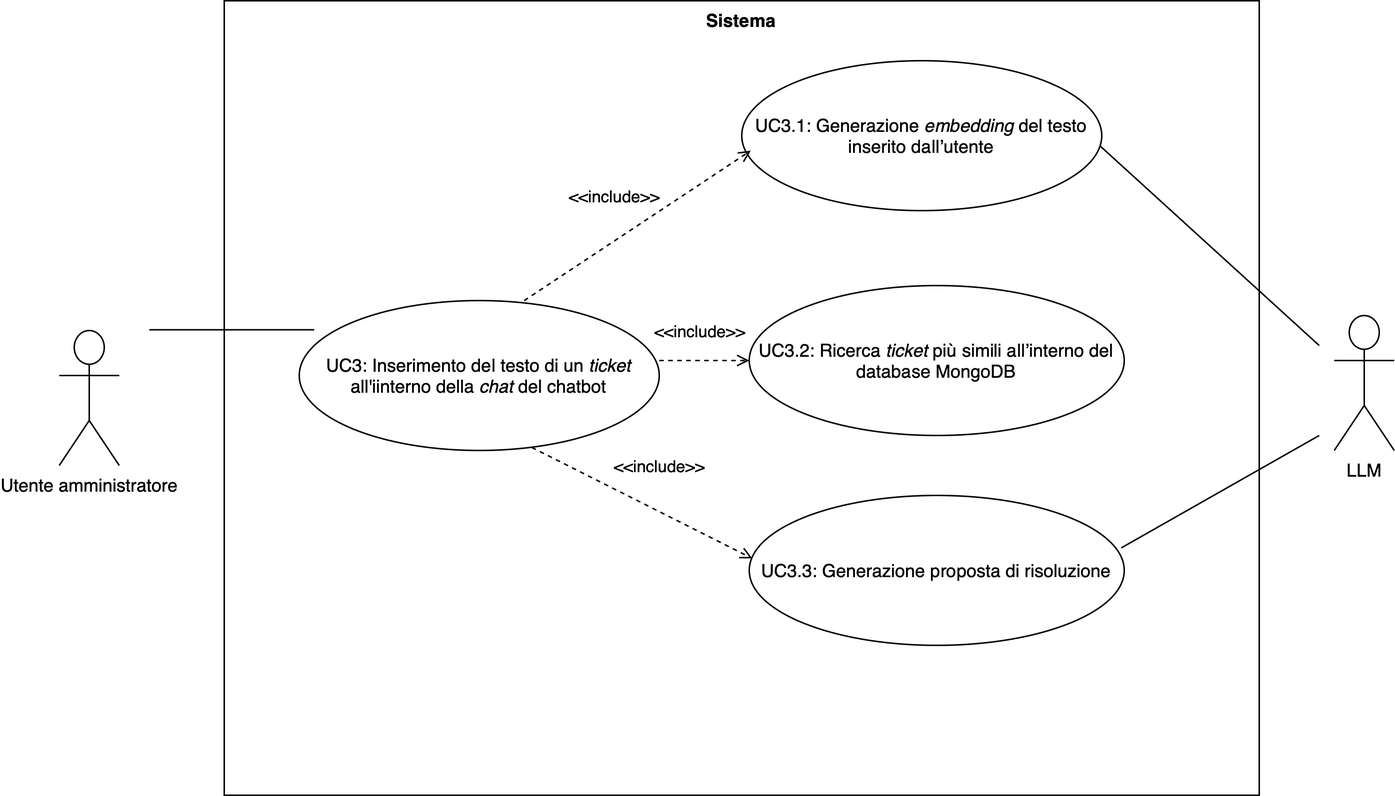
This is images/uc3Chatbot.png from EndyXVIII/thesis-unipd, a draw.io export, as it was before one commit. Source tidied: cells renumbered, new cells last; positions are measured from the earlier drawing's top-left corner, leaving out a move shared by most shapes.
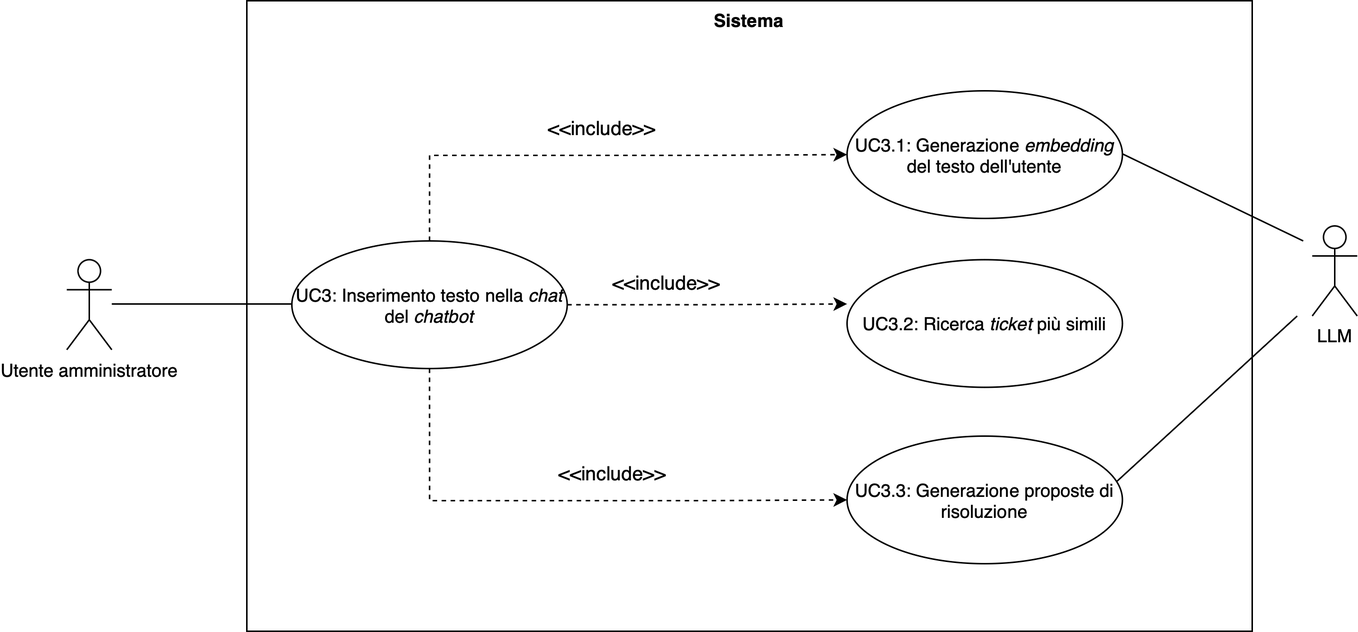
Later version of the same file.

Change to the diagram source:
```diff
@@ -2,55 +2,72 @@
   <root>
     <mxCell id="0" />
     <mxCell id="1" parent="0" />
-    <mxCell id="2" value="LLM" style="shape=umlActor;verticalLabelPosition=bottom;verticalAlign=top;html=1;" parent="1" vertex="1">
-      <mxGeometry x="850" y="210" width="40" height="90" as="geometry" />
+    <mxCell id="2" value="Sistema" style="shape=rect;html=1;verticalAlign=top;fontStyle=1;whiteSpace=wrap;align=center;" parent="1" vertex="1">
+      <mxGeometry x="10" y="-1090" width="670" height="420" as="geometry" />
     </mxCell>
-    <mxCell id="3" value="Utente amministratore" style="shape=umlActor;verticalLabelPosition=bottom;verticalAlign=top;html=1;" parent="1" vertex="1">
-      <mxGeometry y="220" width="40" height="90" as="geometry" />
+    <mxCell id="3" value="Utente amministratore&lt;div&gt;&lt;br&gt;&lt;/div&gt;" style="shape=umlActor;verticalLabelPosition=bottom;verticalAlign=top;html=1;" parent="1" vertex="1">
+      <mxGeometry x="-110" y="-917.5" width="30" height="60" as="geometry" />
     </mxCell>
-    <mxCell id="4" value="Sistema" style="shape=rect;html=1;verticalAlign=top;fontStyle=1;whiteSpace=wrap;align=center;" parent="1" vertex="1">
-      <mxGeometry x="110" width="690" height="530" as="geometry" />
+    <mxCell id="4" style="edgeStyle=orthogonalEdgeStyle;rounded=0;jettySize=auto;html=1;entryX=0;entryY=0.5;entryDx=0;entryDy=0;dashed=1;" parent="1" edge="1" source="6" target="7">
+      <mxGeometry relative="1" as="geometry">
+        <Array as="points">
+          <mxPoint x="132" y="-987" />
+          <mxPoint x="317" y="-987" />
+        </Array>
+      </mxGeometry>
     </mxCell>
-    <mxCell id="5" value="UC3: Inserimento del testo di un &lt;i&gt;ticket&lt;/i&gt; all'iinterno della &lt;i&gt;chat&lt;/i&gt; del chatbot" style="ellipse;whiteSpace=wrap;html=1;" parent="1" vertex="1">
-      <mxGeometry x="160" y="200" width="240" height="100" as="geometry" />
+    <mxCell id="5" style="edgeStyle=orthogonalEdgeStyle;rounded=0;jettySize=auto;html=1;entryX=0;entryY=0.5;entryDx=0;entryDy=0;dashed=1;" parent="1" edge="1" source="6" target="9">
+      <mxGeometry relative="1" as="geometry">
+        <Array as="points">
+          <mxPoint x="132" y="-757" />
+          <mxPoint x="317" y="-757" />
+        </Array>
+      </mxGeometry>
     </mxCell>
-    <mxCell id="6" style="edgeStyle=none;html=1;endArrow=none;verticalAlign=bottom;rounded=0;" parent="1" edge="1">
-      <mxGeometry relative="1" as="geometry">
-        <mxPoint x="60" y="219.5" as="sourcePoint" />
-        <mxPoint x="170" y="219.5" as="targetPoint" />
-      </mxGeometry>
+    <mxCell id="6" value="UC3: Inserimento testo nella &lt;i&gt;chat&lt;/i&gt;&lt;div&gt;del&lt;i&gt; chatbot&lt;/i&gt;&lt;/div&gt;" style="ellipse;whiteSpace=wrap;html=1;" parent="1" vertex="1">
+      <mxGeometry x="40" y="-930" width="183.5" height="85" as="geometry" />
     </mxCell>
-    <mxCell id="7" value="UC3.1: Generazione &lt;i&gt;embedding&lt;/i&gt; del testo inserito dall’utente" style="ellipse;whiteSpace=wrap;html=1;" parent="1" vertex="1">
-      <mxGeometry x="455" y="40" width="240" height="100" as="geometry" />
+    <mxCell id="7" value="UC3.1: Generazione &lt;i&gt;embedding&lt;/i&gt; del testo dell'utente" style="ellipse;whiteSpace=wrap;html=1;" parent="1" vertex="1">
+      <mxGeometry x="410" y="-1030" width="183.5" height="85" as="geometry" />
     </mxCell>
-    <mxCell id="8" style="edgeStyle=none;html=1;endArrow=none;verticalAlign=bottom;rounded=0;exitX=0.996;exitY=0.57;exitDx=0;exitDy=0;exitPerimeter=0;" parent="1" edge="1" source="7">
-      <mxGeometry relative="1" as="geometry">
-        <mxPoint x="840" y="230" as="targetPoint" />
-      </mxGeometry>
+    <mxCell id="8" value="UC3.2: Ricerca &lt;i&gt;ticket&lt;/i&gt; più simili" style="ellipse;whiteSpace=wrap;html=1;" parent="1" vertex="1">
+      <mxGeometry x="410" y="-917.5" width="183.5" height="85" as="geometry" />
     </mxCell>
-    <mxCell id="9" value="UC3.2: Ricerca &lt;i&gt;ticket&lt;/i&gt; più simili all’interno del database MongoDB" style="ellipse;whiteSpace=wrap;html=1;" parent="1" vertex="1">
-      <mxGeometry x="460" y="190" width="250" height="100" as="geometry" />
+    <mxCell id="9" value="UC3.3: Generazione proposte di risoluzione" style="ellipse;whiteSpace=wrap;html=1;" parent="1" vertex="1">
+      <mxGeometry x="410" y="-800" width="183.5" height="85" as="geometry" />
     </mxCell>
-    <mxCell id="10" value="UC3.3: Generazione proposta di risoluzione" style="ellipse;whiteSpace=wrap;html=1;" parent="1" vertex="1">
-      <mxGeometry x="460" y="330" width="250" height="100" as="geometry" />
+    <mxCell id="10" value="&lt;div&gt;LLM&lt;/div&gt;" style="shape=umlActor;verticalLabelPosition=bottom;verticalAlign=top;html=1;outlineConnect=0;" parent="1" vertex="1">
+      <mxGeometry x="720" y="-940" width="30" height="60" as="geometry" />
     </mxCell>
-    <mxCell id="11" value="&amp;lt;&amp;lt;include&amp;gt;&amp;gt;" style="html=1;verticalAlign=bottom;labelBackgroundColor=none;endArrow=open;endFill=0;dashed=1;rounded=0;entryX=0.025;entryY=0.6;entryDx=0;entryDy=0;entryPerimeter=0;" parent="1" edge="1" target="7">
-      <mxGeometry x="-0.08" y="17" relative="1" as="geometry">
-        <mxPoint x="310" y="200" as="sourcePoint" />
+    <mxCell id="11" style="edgeStyle=none;html=1;endArrow=none;verticalAlign=bottom;rounded=0;" parent="1" edge="1">
+      <mxGeometry relative="1" as="geometry">
+        <mxPoint x="-80" y="-888" as="sourcePoint" />
+        <mxPoint x="40" y="-888" as="targetPoint" />
       </mxGeometry>
     </mxCell>
-    <mxCell id="12" value="&amp;lt;&amp;lt;include&amp;gt;&amp;gt;" style="html=1;verticalAlign=bottom;labelBackgroundColor=none;endArrow=open;endFill=0;dashed=1;rounded=0;" parent="1" edge="1" target="9">
-      <mxGeometry x="-0.11" y="10" relative="1" as="geometry">
-        <mxPoint x="400" y="240" as="sourcePoint" />
+    <mxCell id="12" style="edgeStyle=none;html=1;endArrow=none;verticalAlign=bottom;rounded=0;" parent="1" edge="1">
+      <mxGeometry relative="1" as="geometry">
+        <mxPoint x="593.5" y="-988" as="sourcePoint" />
+        <mxPoint x="714" y="-930" as="targetPoint" />
       </mxGeometry>
     </mxCell>
-    <mxCell id="13" value="&amp;lt;&amp;lt;include&amp;gt;&amp;gt;" style="html=1;verticalAlign=bottom;labelBackgroundColor=none;endArrow=open;endFill=0;dashed=1;rounded=0;entryX=0.008;entryY=0.42;entryDx=0;entryDy=0;entryPerimeter=0;exitX=0.646;exitY=0.98;exitDx=0;exitDy=0;exitPerimeter=0;" parent="1" edge="1" source="5" target="10">
-      <mxGeometry x="0.04" y="19" relative="1" as="geometry" />
+    <mxCell id="13" style="edgeStyle=none;html=1;endArrow=none;verticalAlign=bottom;rounded=0;" parent="1" edge="1">
+      <mxGeometry relative="1" as="geometry">
+        <mxPoint x="590" y="-770" as="sourcePoint" />
+        <mxPoint x="710" y="-880" as="targetPoint" />
+      </mxGeometry>
     </mxCell>
-    <mxCell id="14" style="edgeStyle=none;html=1;endArrow=none;verticalAlign=bottom;rounded=0;exitX=0.992;exitY=0.35;exitDx=0;exitDy=0;exitPerimeter=0;" parent="1" edge="1" source="10">
-      <mxGeometry relative="1" as="geometry">
-        <mxPoint x="840" y="290" as="targetPoint" />
-      </mxGeometry>
+    <mxCell id="14" style="edgeStyle=orthogonalEdgeStyle;rounded=0;jettySize=auto;html=1;entryX=0;entryY=0.347;entryDx=0;entryDy=0;entryPerimeter=0;dashed=1;" parent="1" edge="1" source="6" target="8">
+      <mxGeometry relative="1" as="geometry" />
     </mxCell>
+    <mxCell id="15" value="&lt;span style=&quot;font-size: 13px;&quot;&gt;&amp;lt;&amp;lt;include&amp;gt;&amp;gt;&lt;/span&gt;" style="text;html=1;align=center;verticalAlign=middle;whiteSpace=wrap;rounded=0;" parent="1" vertex="1">
+      <mxGeometry x="217" y="-1020" width="60" height="30" as="geometry" />
+    </mxCell>
+    <mxCell id="16" value="&lt;span style=&quot;font-size: 13px;&quot;&gt;&amp;lt;&amp;lt;include&amp;gt;&amp;gt;&lt;/span&gt;" style="text;html=1;align=center;verticalAlign=middle;whiteSpace=wrap;rounded=0;" parent="1" vertex="1">
+      <mxGeometry x="260" y="-917.5" width="60" height="30" as="geometry" />
+    </mxCell>
+    <mxCell id="17" value="&lt;span style=&quot;font-size: 13px;&quot;&gt;&amp;lt;&amp;lt;include&amp;gt;&amp;gt;&lt;/span&gt;" style="text;html=1;align=center;verticalAlign=middle;whiteSpace=wrap;rounded=0;" parent="1" vertex="1">
+      <mxGeometry x="223.5" y="-790" width="60" height="30" as="geometry" />
+    </mxCell>
   </root>
 </mxGraphModel>
```
